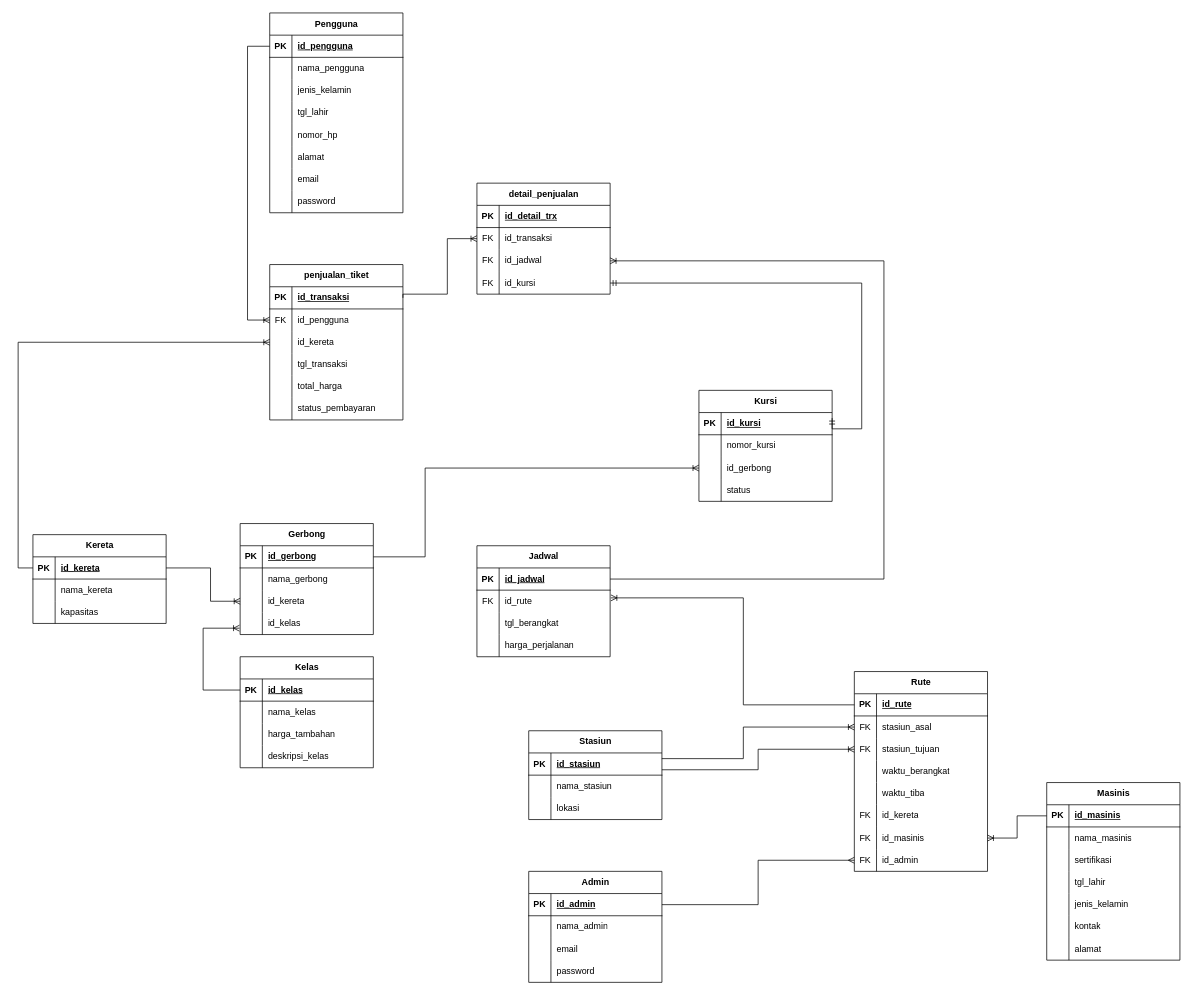
The draw.io diagram page "PDM" (2 of 2) of PraktikumBasis_Modul5.drawio in elikawicaksana/praktikum-basis-data, before the edit. Source tidied: cells renumbered, new cells numbered last; positions are measured from the earlier drawing's top-left corner, leaving out a move shared by most shapes. Both pictures are drawn from the tidied source at 74%, with x=0, y=0 at pixel (18, 13).
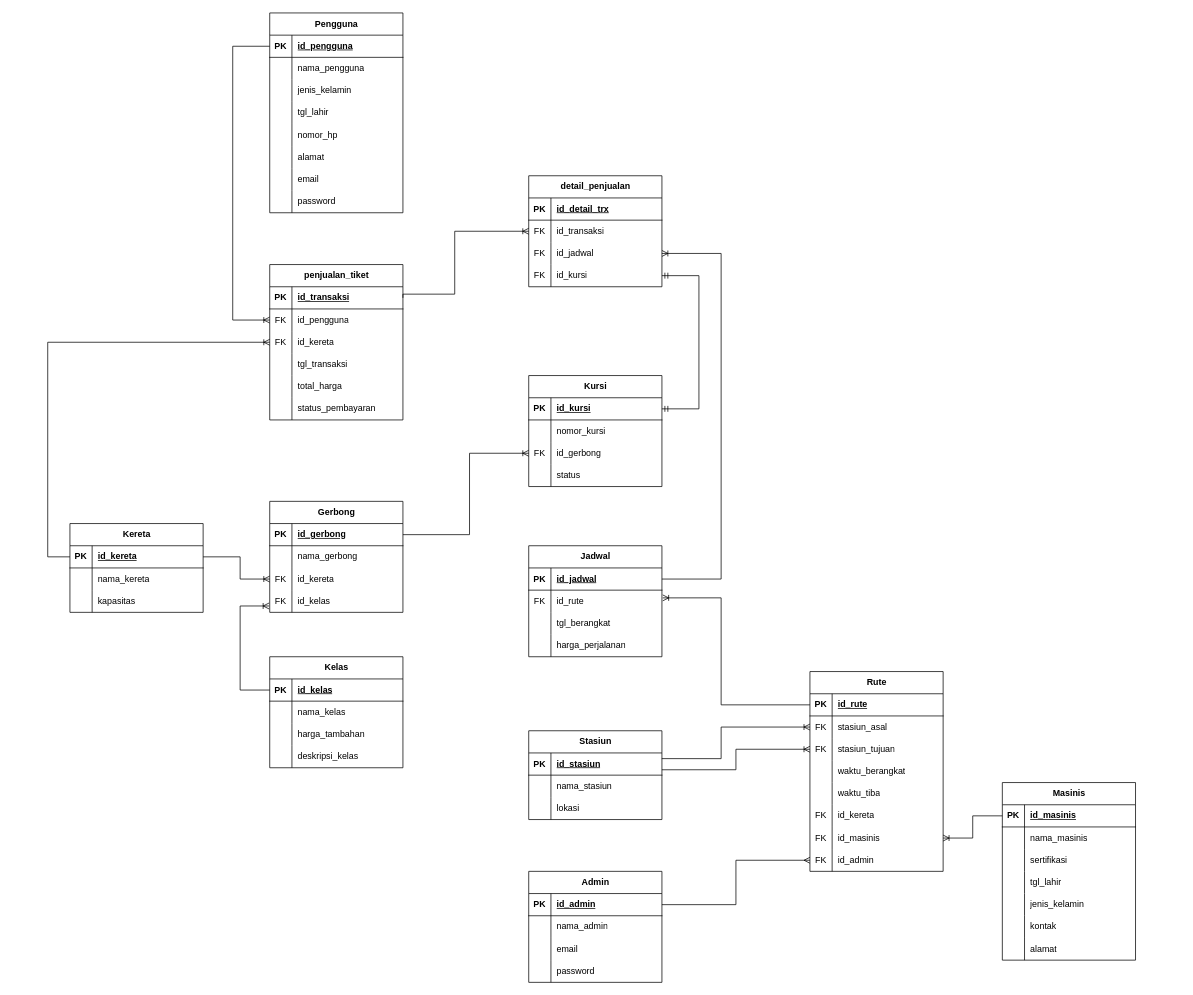
The same page after the edit.

The change refers to these unchanged cells:
```xml
<mxCell id="3" style="shape=tableRow;horizontal=0;startSize=0;swimlaneHead=0;swimlaneBody=0;fillColor=none;points=[[0,0.5],[1,0.5]];portConstraint=eastwest;top=0;left=0;right=0;bottom=1;" parent="2" vertex="1">
  <mxGeometry y="30" width="180" height="30" as="geometry" />
</mxCell>
<mxCell id="41" style="shape=tableRow;horizontal=0;startSize=0;swimlaneHead=0;swimlaneBody=0;fillColor=none;points=[[0,0.5],[1,0.5]];portConstraint=eastwest;top=0;left=0;right=0;bottom=1;" parent="40" vertex="1">
  <mxGeometry y="30" width="180" height="30" as="geometry" />
</mxCell>
<mxCell id="54" style="shape=tableRow;horizontal=0;startSize=0;swimlaneHead=0;swimlaneBody=0;fillColor=none;points=[[0,0.5],[1,0.5]];portConstraint=eastwest;top=0;left=0;right=0;bottom=1;" parent="53" vertex="1">
  <mxGeometry y="30" width="180" height="30" as="geometry" />
</mxCell>
<mxCell id="64" style="shape=tableRow;horizontal=0;startSize=0;swimlaneHead=0;swimlaneBody=0;fillColor=none;points=[[0,0.5],[1,0.5]];portConstraint=eastwest;top=0;left=0;right=0;bottom=1;" parent="63" vertex="1">
  <mxGeometry y="30" width="180" height="30" as="geometry" />
</mxCell>
<mxCell id="86" style="shape=tableRow;horizontal=0;startSize=0;swimlaneHead=0;swimlaneBody=0;fillColor=none;points=[[0,0.5],[1,0.5]];portConstraint=eastwest;top=0;left=0;right=0;bottom=1;" parent="85" vertex="1">
  <mxGeometry y="30" width="180" height="30" as="geometry" />
</mxCell>
<mxCell id="96" style="shape=tableRow;horizontal=0;startSize=0;swimlaneHead=0;swimlaneBody=0;fillColor=none;points=[[0,0.5],[1,0.5]];portConstraint=eastwest;top=0;left=0;right=0;bottom=1;" parent="95" vertex="1">
  <mxGeometry y="30" width="180" height="30" as="geometry" />
</mxCell>
<mxCell id="99" style="shape=tableRow;horizontal=0;startSize=0;swimlaneHead=0;swimlaneBody=0;fillColor=none;points=[[0,0.5],[1,0.5]];portConstraint=eastwest;top=0;left=0;right=0;bottom=0;" parent="95" vertex="1">
  <mxGeometry y="60" width="180" height="30" as="geometry" />
</mxCell>
<mxCell id="102" style="shape=tableRow;horizontal=0;startSize=0;swimlaneHead=0;swimlaneBody=0;fillColor=none;points=[[0,0.5],[1,0.5]];portConstraint=eastwest;top=0;left=0;right=0;bottom=0;" parent="95" vertex="1">
  <mxGeometry y="90" width="180" height="30" as="geometry" />
</mxCell>
<mxCell id="114" style="shape=tableRow;horizontal=0;startSize=0;swimlaneHead=0;swimlaneBody=0;fillColor=none;points=[[0,0.5],[1,0.5]];portConstraint=eastwest;top=0;left=0;right=0;bottom=0;" parent="95" vertex="1">
  <mxGeometry y="210" width="180" height="30" as="geometry" />
</mxCell>
<mxCell id="121" style="shape=tableRow;horizontal=0;startSize=0;swimlaneHead=0;swimlaneBody=0;fillColor=none;points=[[0,0.5],[1,0.5]];portConstraint=eastwest;top=0;left=0;right=0;bottom=1;" parent="120" vertex="1">
  <mxGeometry y="30" width="180" height="30" as="geometry" />
</mxCell>
<mxCell id="127" style="shape=tableRow;horizontal=0;startSize=0;swimlaneHead=0;swimlaneBody=0;fillColor=none;points=[[0,0.5],[1,0.5]];portConstraint=eastwest;top=0;left=0;right=0;bottom=0;" parent="120" vertex="1">
  <mxGeometry y="90" width="180" height="30" as="geometry" />
</mxCell>
<mxCell id="134" style="shape=tableRow;horizontal=0;startSize=0;swimlaneHead=0;swimlaneBody=0;fillColor=none;points=[[0,0.5],[1,0.5]];portConstraint=eastwest;top=0;left=0;right=0;bottom=1;" parent="133" vertex="1">
  <mxGeometry y="30" width="180" height="30" as="geometry" />
</mxCell>
<mxCell id="137" style="shape=tableRow;horizontal=0;startSize=0;swimlaneHead=0;swimlaneBody=0;fillColor=none;points=[[0,0.5],[1,0.5]];portConstraint=eastwest;top=0;left=0;right=0;bottom=0;" parent="133" vertex="1">
  <mxGeometry y="60" width="180" height="30" as="geometry" />
</mxCell>
<mxCell id="140" style="shape=tableRow;horizontal=0;startSize=0;swimlaneHead=0;swimlaneBody=0;fillColor=none;points=[[0,0.5],[1,0.5]];portConstraint=eastwest;top=0;left=0;right=0;bottom=0;" parent="133" vertex="1">
  <mxGeometry y="90" width="180" height="30" as="geometry" />
</mxCell>
<mxCell id="156" style="shape=tableRow;horizontal=0;startSize=0;swimlaneHead=0;swimlaneBody=0;fillColor=none;points=[[0,0.5],[1,0.5]];portConstraint=eastwest;top=0;left=0;right=0;bottom=0;" parent="152" vertex="1">
  <mxGeometry y="60" width="180" height="30" as="geometry" />
</mxCell>
<mxCell id="159" style="shape=tableRow;horizontal=0;startSize=0;swimlaneHead=0;swimlaneBody=0;fillColor=none;points=[[0,0.5],[1,0.5]];portConstraint=eastwest;top=0;left=0;right=0;bottom=0;" parent="152" vertex="1">
  <mxGeometry y="90" width="180" height="30" as="geometry" />
</mxCell>
<mxCell id="162" style="shape=tableRow;horizontal=0;startSize=0;swimlaneHead=0;swimlaneBody=0;fillColor=none;points=[[0,0.5],[1,0.5]];portConstraint=eastwest;top=0;left=0;right=0;bottom=0;" parent="152" vertex="1">
  <mxGeometry y="120" width="180" height="30" as="geometry" />
</mxCell>
<mxCell id="166" style="shape=tableRow;horizontal=0;startSize=0;swimlaneHead=0;swimlaneBody=0;fillColor=none;points=[[0,0.5],[1,0.5]];portConstraint=eastwest;top=0;left=0;right=0;bottom=1;" parent="165" vertex="1">
  <mxGeometry y="30" width="180" height="30" as="geometry" />
</mxCell>
<mxCell id="169" style="shape=tableRow;horizontal=0;startSize=0;swimlaneHead=0;swimlaneBody=0;fillColor=none;points=[[0,0.5],[1,0.5]];portConstraint=eastwest;top=0;left=0;right=0;bottom=0;" parent="165" vertex="1">
  <mxGeometry y="60" width="180" height="30" as="geometry" />
</mxCell>
<mxCell id="189" style="shape=tableRow;horizontal=0;startSize=0;swimlaneHead=0;swimlaneBody=0;fillColor=none;points=[[0,0.5],[1,0.5]];portConstraint=eastwest;top=0;left=0;right=0;bottom=1;" parent="188" vertex="1">
  <mxGeometry y="30" width="180" height="30" as="geometry" />
</mxCell>
<mxCell id="195" style="shape=tableRow;horizontal=0;startSize=0;swimlaneHead=0;swimlaneBody=0;fillColor=none;points=[[0,0.5],[1,0.5]];portConstraint=eastwest;top=0;left=0;right=0;bottom=0;" parent="188" vertex="1">
  <mxGeometry y="90" width="180" height="30" as="geometry" />
</mxCell>
<mxCell id="198" style="shape=tableRow;horizontal=0;startSize=0;swimlaneHead=0;swimlaneBody=0;fillColor=none;points=[[0,0.5],[1,0.5]];portConstraint=eastwest;top=0;left=0;right=0;bottom=0;" parent="188" vertex="1">
  <mxGeometry y="120" width="180" height="30" as="geometry" />
</mxCell>
```

What changed in the source:
```diff
@@
     <mxCell id="40" value="Kelas" style="shape=table;startSize=30;childLayout=tableLayout;rowLines=0;fontStyle=1;align=center;html=1;" parent="1" vertex="1">
-      <mxGeometry x="300" y="870" width="180" height="150" as="geometry" />
+      <mxGeometry x="340" y="870" width="180" height="150" as="geometry" />
     </mxCell>
@@
     <mxCell id="53" value="Kereta" style="shape=table;startSize=30;childLayout=tableLayout;rowLines=0;fontStyle=1;align=center;html=1;" parent="1" vertex="1">
-      <mxGeometry x="20" y="705" width="180" height="120" as="geometry" />
+      <mxGeometry x="70" y="690" width="180" height="120" as="geometry" />
     </mxCell>
@@
     <mxCell id="63" value="Masinis" style="shape=table;startSize=30;childLayout=tableLayout;rowLines=0;fontStyle=1;align=center;html=1;" parent="1" vertex="1">
-      <mxGeometry x="1390" y="1040" width="180" height="240" as="geometry" />
+      <mxGeometry x="1330" y="1040" width="180" height="240" as="geometry" />
     </mxCell>
@@
     <mxCell id="95" value="Rute" style="shape=table;startSize=30;childLayout=tableLayout;rowLines=0;fontStyle=1;align=center;html=1;" parent="1" vertex="1">
-      <mxGeometry x="1130" y="890" width="180" height="270" as="geometry" />
+      <mxGeometry x="1070" y="890" width="180" height="270" as="geometry" />
     </mxCell>
@@
     <mxCell id="120" value="Kursi" style="shape=table;startSize=30;childLayout=tableLayout;rowLines=0;fontStyle=1;align=center;html=1;" parent="1" vertex="1">
-      <mxGeometry x="920" y="510" width="180" height="150" as="geometry" />
+      <mxGeometry x="690" y="490" width="180" height="150" as="geometry" />
     </mxCell>
@@
-    <mxCell id="128" style="shape=partialRectangle;fillColor=none;top=0;left=0;bottom=0;right=0;overflow=hidden;whiteSpace=wrap;html=1;" parent="127" vertex="1">
+    <mxCell id="128" value="FK" style="shape=partialRectangle;fillColor=none;top=0;left=0;bottom=0;right=0;overflow=hidden;whiteSpace=wrap;html=1;" parent="127" vertex="1">
       <mxGeometry width="30" height="30" as="geometry" />
     </mxCell>
@@
-    <mxCell id="141" style="shape=partialRectangle;fillColor=none;top=0;left=0;bottom=0;right=0;overflow=hidden;whiteSpace=wrap;html=1;" parent="140" vertex="1">
+    <mxCell id="141" value="FK" style="shape=partialRectangle;fillColor=none;top=0;left=0;bottom=0;right=0;overflow=hidden;whiteSpace=wrap;html=1;" parent="140" vertex="1">
       <mxGeometry width="30" height="30" as="geometry" />
     </mxCell>
@@
     <mxCell id="152" value="detail_penjualan" style="shape=table;startSize=30;childLayout=tableLayout;rowLines=0;fontStyle=1;align=center;html=1;" parent="1" vertex="1">
-      <mxGeometry x="620" y="230" width="180" height="150" as="geometry" />
+      <mxGeometry x="690" y="220" width="180" height="150" as="geometry" />
     </mxCell>
@@
     <mxCell id="165" value="Jadwal" style="shape=table;startSize=30;childLayout=tableLayout;rowLines=0;fontStyle=1;align=center;html=1;" parent="1" vertex="1">
-      <mxGeometry x="620" y="720" width="180" height="150" as="geometry" />
+      <mxGeometry x="690" y="720" width="180" height="150" as="geometry" />
     </mxCell>
@@
     <mxCell id="178" style="edgeStyle=orthogonalEdgeStyle;fontSize=12;html=1;endArrow=ERoneToMany;rounded=0;exitX=0;exitY=0.5;exitDx=0;exitDy=0;entryX=0;entryY=0.5;entryDx=0;entryDy=0;" parent="1" edge="1" source="3" target="137">
       <mxGeometry relative="1" as="geometry">
         <Array as="points">
-          <mxPoint x="310" y="45" />
-          <mxPoint x="310" y="415" />
+          <mxPoint x="290" y="45" />
+          <mxPoint x="290" y="415" />
         </Array>
       </mxGeometry>
     </mxCell>
     <mxCell id="179" style="edgeStyle=orthogonalEdgeStyle;fontSize=12;html=1;endArrow=ERoneToMany;rounded=0;exitX=1;exitY=0.5;exitDx=0;exitDy=0;entryX=0;entryY=0.5;entryDx=0;entryDy=0;" parent="1" edge="1" source="134" target="156">
       <mxGeometry relative="1" as="geometry">
         <Array as="points">
           <mxPoint x="520" y="380" />
-          <mxPoint x="580" y="380" />
-          <mxPoint x="580" y="305" />
+          <mxPoint x="590" y="380" />
+          <mxPoint x="590" y="295" />
         </Array>
       </mxGeometry>
     </mxCell>
-    <mxCell id="180" style="edgeStyle=orthogonalEdgeStyle;fontSize=12;html=1;endArrow=ERmandOne;startArrow=ERmandOne;rounded=0;exitX=1;exitY=0.25;exitDx=0;exitDy=0;entryX=1;entryY=0.5;entryDx=0;entryDy=0;" parent="1" edge="1" source="120" target="162">
+    <mxCell id="180" style="edgeStyle=orthogonalEdgeStyle;fontSize=12;html=1;endArrow=ERmandOne;startArrow=ERmandOne;rounded=0;entryX=1;entryY=0.5;entryDx=0;entryDy=0;exitX=1;exitY=0.5;exitDx=0;exitDy=0;" parent="1" edge="1" source="121" target="162">
       <mxGeometry relative="1" as="geometry">
         <Array as="points">
-          <mxPoint x="1140" y="562" />
-          <mxPoint x="1140" y="365" />
+          <mxPoint x="920" y="535" />
+          <mxPoint x="920" y="355" />
         </Array>
       </mxGeometry>
     </mxCell>
-    <mxCell id="181" style="edgeStyle=orthogonalEdgeStyle;fontSize=12;html=1;endArrow=ERoneToMany;rounded=0;exitX=1;exitY=0.5;exitDx=0;exitDy=0;entryX=1;entryY=0.5;entryDx=0;entryDy=0;" parent="1" edge="1" target="159">
+    <mxCell id="181" style="edgeStyle=orthogonalEdgeStyle;fontSize=12;html=1;endArrow=ERoneToMany;rounded=0;exitX=1;exitY=0.5;exitDx=0;exitDy=0;entryX=1;entryY=0.5;entryDx=0;entryDy=0;" parent="1" edge="1" source="166" target="159">
       <mxGeometry relative="1" as="geometry">
-        <mxPoint x="800" y="765" as="sourcePoint" />
         <Array as="points">
-          <mxPoint x="1170" y="765" />
-          <mxPoint x="1170" y="335" />
+          <mxPoint x="950" y="765" />
+          <mxPoint x="950" y="325" />
         </Array>
       </mxGeometry>
     </mxCell>
     <mxCell id="182" style="edgeStyle=orthogonalEdgeStyle;fontSize=12;html=1;endArrow=ERoneToMany;rounded=0;exitX=0;exitY=0.5;exitDx=0;exitDy=0;entryX=1;entryY=0.5;entryDx=0;entryDy=0;" parent="1" edge="1" source="64" target="114">
       <mxGeometry relative="1" as="geometry">
         <Array as="points">
-          <mxPoint x="1350" y="1085" />
-          <mxPoint x="1350" y="1115" />
+          <mxPoint x="1290" y="1085" />
+          <mxPoint x="1290" y="1115" />
         </Array>
       </mxGeometry>
     </mxCell>
     <mxCell id="183" style="edgeStyle=orthogonalEdgeStyle;fontSize=12;html=1;endArrow=ERoneToMany;rounded=0;exitX=1;exitY=0.5;exitDx=0;exitDy=0;entryX=0;entryY=0.5;entryDx=0;entryDy=0;" parent="1" edge="1" source="54" target="195">
       <mxGeometry relative="1" as="geometry">
         <Array as="points">
-          <mxPoint x="260" y="750" />
-          <mxPoint x="260" y="795" />
+          <mxPoint x="300" y="735" />
+          <mxPoint x="300" y="765" />
         </Array>
       </mxGeometry>
     </mxCell>
     <mxCell id="184" style="edgeStyle=orthogonalEdgeStyle;fontSize=12;html=1;endArrow=ERoneToMany;rounded=0;exitX=0;exitY=0.5;exitDx=0;exitDy=0;entryX=1.006;entryY=0.348;entryDx=0;entryDy=0;entryPerimeter=0;" parent="1" edge="1" source="96" target="169">
       <mxGeometry relative="1" as="geometry">
         <Array as="points">
-          <mxPoint x="980" y="935" />
-          <mxPoint x="980" y="790" />
+          <mxPoint x="950" y="935" />
+          <mxPoint x="950" y="790" />
         </Array>
       </mxGeometry>
     </mxCell>
@@
     <mxCell id="186" style="edgeStyle=orthogonalEdgeStyle;fontSize=12;html=1;endArrow=ERoneToMany;rounded=0;exitX=0.999;exitY=0.255;exitDx=0;exitDy=0;exitPerimeter=0;entryX=0;entryY=0.5;entryDx=0;entryDy=0;" parent="1" edge="1" source="86" target="99">
       <mxGeometry relative="1" as="geometry">
         <Array as="points">
-          <mxPoint x="980" y="1008" />
-          <mxPoint x="980" y="965" />
+          <mxPoint x="950" y="1008" />
+          <mxPoint x="950" y="965" />
         </Array>
       </mxGeometry>
     </mxCell>
     <mxCell id="187" style="edgeStyle=orthogonalEdgeStyle;fontSize=12;html=1;endArrow=ERoneToMany;rounded=0;exitX=1;exitY=0.758;exitDx=0;exitDy=0;exitPerimeter=0;entryX=0;entryY=0.5;entryDx=0;entryDy=0;" parent="1" edge="1" source="86" target="102">
       <mxGeometry relative="1" as="geometry">
         <Array as="points">
-          <mxPoint x="1000" y="1023" />
-          <mxPoint x="1000" y="995" />
+          <mxPoint x="970" y="1023" />
+          <mxPoint x="970" y="995" />
         </Array>
       </mxGeometry>
     </mxCell>
     <mxCell id="188" value="Gerbong" style="shape=table;startSize=30;childLayout=tableLayout;rowLines=0;fontStyle=1;align=center;html=1;" parent="1" vertex="1">
-      <mxGeometry x="300" y="690" width="180" height="150" as="geometry" />
+      <mxGeometry x="340" y="660" width="180" height="150" as="geometry" />
     </mxCell>
@@
-    <mxCell id="196" style="shape=partialRectangle;fillColor=none;top=0;left=0;bottom=0;right=0;overflow=hidden;whiteSpace=wrap;html=1;" parent="195" vertex="1">
+    <mxCell id="196" value="FK" style="shape=partialRectangle;fillColor=none;top=0;left=0;bottom=0;right=0;overflow=hidden;whiteSpace=wrap;html=1;" parent="195" vertex="1">
       <mxGeometry width="30" height="30" as="geometry" />
     </mxCell>
@@
-    <mxCell id="199" style="shape=partialRectangle;fillColor=none;top=0;left=0;bottom=0;right=0;overflow=hidden;whiteSpace=wrap;html=1;" parent="198" vertex="1">
+    <mxCell id="199" value="FK" style="shape=partialRectangle;fillColor=none;top=0;left=0;bottom=0;right=0;overflow=hidden;whiteSpace=wrap;html=1;" parent="198" vertex="1">
       <mxGeometry width="30" height="30" as="geometry" />
     </mxCell>
@@
     <mxCell id="201" style="edgeStyle=orthogonalEdgeStyle;fontSize=12;html=1;endArrow=ERoneToMany;rounded=0;exitX=0;exitY=0.5;exitDx=0;exitDy=0;entryX=-0.005;entryY=0.713;entryDx=0;entryDy=0;entryPerimeter=0;" parent="1" edge="1" source="41" target="198">
       <mxGeometry relative="1" as="geometry">
         <Array as="points">
-          <mxPoint x="250" y="915" />
-          <mxPoint x="250" y="831" />
-          <mxPoint x="299" y="831" />
+          <mxPoint x="300" y="915" />
+          <mxPoint x="300" y="801" />
         </Array>
       </mxGeometry>
     </mxCell>
     <mxCell id="202" style="edgeStyle=orthogonalEdgeStyle;fontSize=12;html=1;endArrow=ERoneToMany;rounded=0;exitX=1;exitY=0.5;exitDx=0;exitDy=0;entryX=0;entryY=0.5;entryDx=0;entryDy=0;" parent="1" edge="1" source="189" target="127">
       <mxGeometry relative="1" as="geometry">
         <Array as="points">
-          <mxPoint x="550" y="735" />
-          <mxPoint x="550" y="615" />
+          <mxPoint x="610" y="705" />
+          <mxPoint x="610" y="595" />
         </Array>
       </mxGeometry>
     </mxCell>
     <mxCell id="203" style="edgeStyle=orthogonalEdgeStyle;fontSize=12;html=1;endArrow=ERoneToMany;rounded=0;exitX=0;exitY=0.5;exitDx=0;exitDy=0;entryX=0;entryY=0.5;entryDx=0;entryDy=0;" parent="1" edge="1" source="54" target="140">
       <mxGeometry relative="1" as="geometry">
         <Array as="points">
-          <mxPoint y="750" />
-          <mxPoint y="445" />
+          <mxPoint x="40" y="735" />
+          <mxPoint x="40" y="445" />
         </Array>
       </mxGeometry>
     </mxCell>
```
